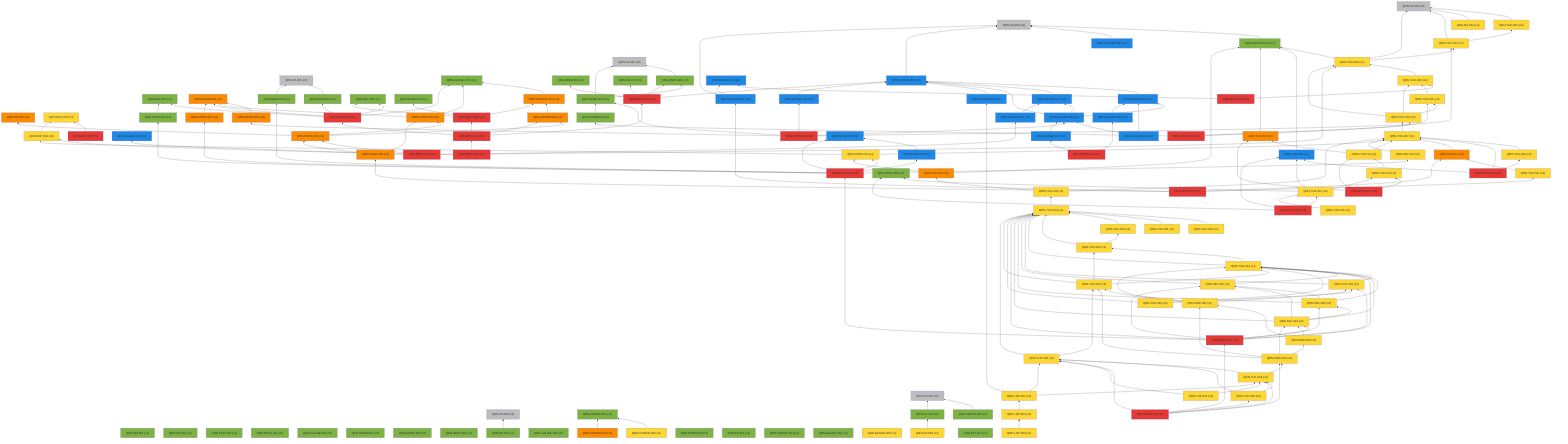
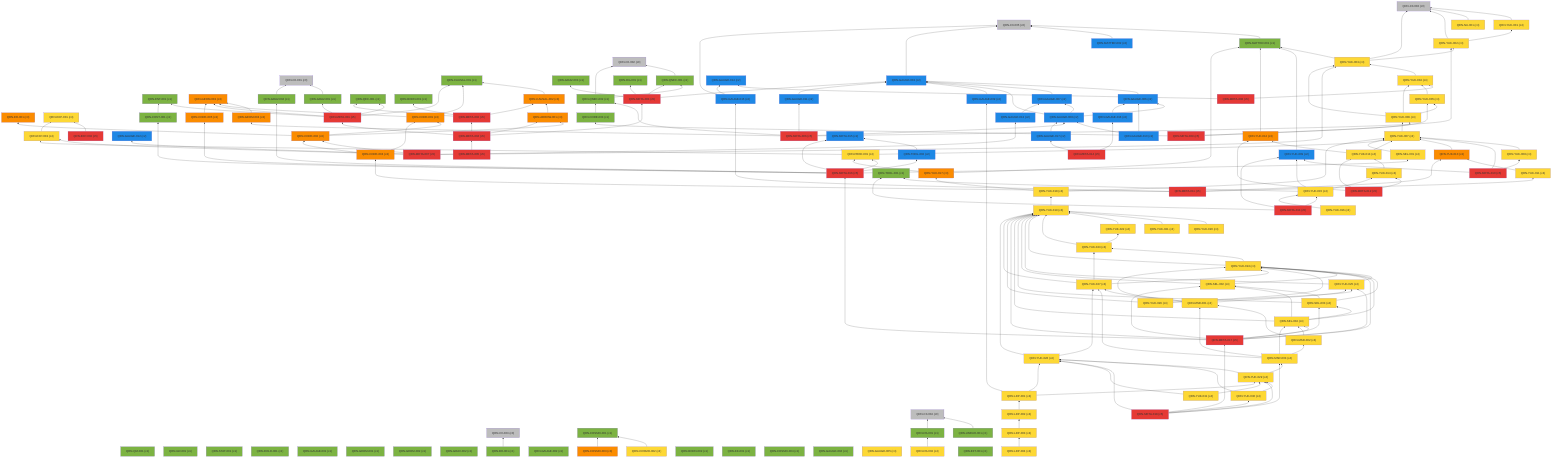
%% 自動生成 (dag/report.pl) — QRN 主張依存グラフ
graph BT
  QRN_C0_001["QRN-C0-001 (c0)"]:::c0
  QRN_C0_002["QRN-C0-002 (c0)"]:::c0
  QRN_C0_003["QRN-C0-003 (c0)"]:::c0
  QRN_C0_004["QRN-C0-004 (c0)"]:::c0
  QRN_C0_005["QRN-C0-005 (c0)"]:::c0
  QRN_C0_006["QRN-C0-006 (c0)"]:::c0
  QRN_QM_001["QRN-QM-001 (c1)"]:::c1
  QRN_GR_001["QRN-GR-001 (c1)"]:::c1
  QRN_STAT_001["QRN-STAT-001 (c1)"]:::c1
  QRN_FIELD_001["QRN-FIELD-001 (c1)"]:::c1
  QRN_GAUGE_001["QRN-GAUGE-001 (c1)"]:::c1
  QRN_ENT_001["QRN-ENT-001 (c1)"]:::c1
  QRN_GEOM_001["QRN-GEOM-001 (c1)"]:::c1
  QRN_GEOM_002["QRN-GEOM-002 (c1)"]:::c1
  QRN_GEOM_003["QRN-GEOM-003 (c3)"]:::c3
  QRN_GRAV_001["QRN-GRAV-001 (c1)"]:::c1
  QRN_GRAV_002["QRN-GRAV-002 (c1)"]:::c1
  QRN_BH_001["QRN-BH-001 (c1)"]:::c1
  QRN_CAUSAL_001["QRN-CAUSAL-001 (c1)"]:::c1
  QRN_CAUSAL_002["QRN-CAUSAL-002 (c3)"]:::c3
  QRN_ER_001["QRN-ER-001 (c3)"]:::c3
  QRN_QEC_001["QRN-QEC-001 (c1)"]:::c1
  QRN_GAUGE_002["QRN-GAUGE-002 (c1)"]:::c1
  QRN_COSMO_001["QRN-COSMO-001 (c1)"]:::c1
  QRN_COSMO_002["QRN-COSMO-002 (c4)"]:::c4
  QRN_COSMO_003["QRN-COSMO-003 (c3)"]:::c3
  QRN_BORN_001["QRN-BORN-001 (c1)"]:::c1
  QRN_BORN_002["QRN-BORN-002 (c1)"]:::c1
  QRN_GRAV_003["QRN-GRAV-003 (c1)"]:::c1
  QRN_KK_001["QRN-KK-001 (c1)"]:::c1
  QRN_MATTER_001["QRN-MATTER-001 (c1)"]:::c1
  QRN_MATTER_002["QRN-MATTER-002 (c2)"]:::c2
  QRN_COSMO_004["QRN-COSMO-004 (c1)"]:::c1
  QRN_EXP_001["QRN-EXP-001 (c4)"]:::c4
  QRN_GAUGE_003["QRN-GAUGE-003 (c2)"]:::c2
  QRN_GAUGE_004["QRN-GAUGE-004 (c1)"]:::c1
  QRN_GAUGE_005["QRN-GAUGE-005 (c4)"]:::c4
  QRN_YUK_001["QRN-YUK-001 (c4)"]:::c4
  QRN_RG_001["QRN-RG-001 (c1)"]:::c1
  QRN_UNRUH_001["QRN-UNRUH-001 (c1)"]:::c1
  QRN_QNEC_001["QRN-QNEC-001 (c1)"]:::c1
  QRN_NU_001["QRN-NU-001 (c4)"]:::c4
  QRN_GAUGE_006["QRN-GAUGE-006 (c2)"]:::c2
  QRN_DS_001["QRN-DS-001 (c1)"]:::c1
  QRN_DS_002["QRN-DS-002 (c4)"]:::c4
  QRN_ARROW_001["QRN-ARROW-001 (c3)"]:::c3
  QRN_GAUGE_007["QRN-GAUGE-007 (c2)"]:::c2
  QRN_EFT_001["QRN-EFT-001 (c1)"]:::c1
  QRN_GAUGE_008["QRN-GAUGE-008 (c2)"]:::c2
  QRN_GAUGE_009["QRN-GAUGE-009 (c2)"]:::c2
  QRN_GAUGE_010["QRN-GAUGE-010 (c2)"]:::c2
  QRN_QNEC_002["QRN-QNEC-002 (c1)"]:::c1
  QRN_GEOM_004["QRN-GEOM-004 (c3)"]:::c3
  QRN_YUK_002["QRN-YUK-002 (c4)"]:::c4
  QRN_EXP_002["QRN-EXP-002 (c5)"]:::c5
  QRN_CORE_001["QRN-CORE-001 (c3)"]:::c3
  QRN_GAUGE_011["QRN-GAUGE-011 (c2)"]:::c2
  QRN_GAUGE_012["QRN-GAUGE-012 (c2)"]:::c2
  QRN_YUK_003["QRN-YUK-003 (c4)"]:::c4
  QRN_EXP_003["QRN-EXP-003 (c4)"]:::c4
  QRN_CORE_002["QRN-CORE-002 (c3)"]:::c3
  QRN_GAUGE_013["QRN-GAUGE-013 (c2)"]:::c2
  QRN_YUK_004["QRN-YUK-004 (c4)"]:::c4
  QRN_GAUGE_014["QRN-GAUGE-014 (c2)"]:::c2
  QRN_META_001["QRN-META-001 (c5)"]:::c5
  QRN_META_002["QRN-META-002 (c5)"]:::c5
  QRN_META_003["QRN-META-003 (c5)"]:::c5
  QRN_META_004["QRN-META-004 (c5)"]:::c5
  QRN_META_005["QRN-META-005 (c5)"]:::c5
  QRN_META_006["QRN-META-006 (c5)"]:::c5
  QRN_META_007["QRN-META-007 (c5)"]:::c5
  QRN_META_008["QRN-META-008 (c5)"]:::c5
  QRN_YUK_005["QRN-YUK-005 (c4)"]:::c4
  QRN_YUK_006["QRN-YUK-006 (c4)"]:::c4
  QRN_CORE_003["QRN-CORE-003 (c1)"]:::c1
  QRN_META_009["QRN-META-009 (c5)"]:::c5
  QRN_YUK_007["QRN-YUK-007 (c4)"]:::c4
  QRN_YUK_008["QRN-YUK-008 (c4)"]:::c4
  QRN_YUK_009["QRN-YUK-009 (c2)"]:::c2
  QRN_META_010["QRN-META-010 (c5)"]:::c5
  QRN_GAUGE_015["QRN-GAUGE-015 (c2)"]:::c2
  QRN_YUK_010["QRN-YUK-010 (c3)"]:::c3
  QRN_YUK_011["QRN-YUK-011 (c4)"]:::c4
  QRN_CORE_004["QRN-CORE-004 (c3)"]:::c3
  QRN_META_011["QRN-META-011 (c5)"]:::c5
  QRN_YUK_012["QRN-YUK-012 (c3)"]:::c3
  QRN_YUK_013["QRN-YUK-013 (c4)"]:::c4
  QRN_YUK_014["QRN-YUK-014 (c4)"]:::c4
  QRN_META_012["QRN-META-012 (c5)"]:::c5
  QRN_TOOL_001["QRN-TOOL-001 (c1)"]:::c1
  QRN_YUK_015["QRN-YUK-015 (c4)"]:::c4
  QRN_META_013["QRN-META-013 (c5)"]:::c5
  QRN_GAUGE_016["QRN-GAUGE-016 (c2)"]:::c2
  QRN_GAUGE_017["QRN-GAUGE-017 (c2)"]:::c2
  QRN_META_014["QRN-META-014 (c5)"]:::c5
  QRN_META_015["QRN-META-015 (c2)"]:::c2
  QRN_TOOL_002["QRN-TOOL-002 (c2)"]:::c2
  QRN_CORE_005["QRN-CORE-005 (c3)"]:::c3
  QRN_CONT_001["QRN-CONT-001 (c1)"]:::c1
  QRN_SEL_001["QRN-SEL-001 (c4)"]:::c4
  QRN_GRAV_004["QRN-GRAV-004 (c1)"]:::c1
  QRN_PRED_001["QRN-PRED-001 (c4)"]:::c4
  QRN_META_016["QRN-META-016 (c5)"]:::c5
  QRN_YUK_016["QRN-YUK-016 (c4)"]:::c4
  QRN_YUK_017["QRN-YUK-017 (c3)"]:::c3
  QRN_YUK_018["QRN-YUK-018 (c4)"]:::c4
  QRN_YUK_019["QRN-YUK-019 (c4)"]:::c4
  QRN_YUK_020["QRN-YUK-020 (c4)"]:::c4
  QRN_YUK_021["QRN-YUK-021 (c4)"]:::c4
  QRN_YUK_022["QRN-YUK-022 (c4)"]:::c4
  QRN_YUK_023["QRN-YUK-023 (c4)"]:::c4
  QRN_YUK_024["QRN-YUK-024 (c4)"]:::c4
  QRN_YUK_025["QRN-YUK-025 (c4)"]:::c4
  QRN_SEL_002["QRN-SEL-002 (c4)"]:::c4
  QRN_SEL_003["QRN-SEL-003 (c4)"]:::c4
  QRN_SEL_004["QRN-SEL-004 (c4)"]:::c4
  QRN_META_017["QRN-META-017 (c5)"]:::c5
  QRN_YUK_026["QRN-YUK-026 (c4)"]:::c4
  QRN_YUK_027["QRN-YUK-027 (c4)"]:::c4
  QRN_MSR_001["QRN-MSR-001 (c4)"]:::c4
  QRN_MSR_002["QRN-MSR-002 (c4)"]:::c4
  QRN_MSR_003["QRN-MSR-003 (c4)"]:::c4
  QRN_YUK_028["QRN-YUK-028 (c4)"]:::c4
  QRN_YUK_029["QRN-YUK-029 (c4)"]:::c4
  QRN_YUK_030["QRN-YUK-030 (c4)"]:::c4
  QRN_META_018["QRN-META-018 (c5)"]:::c5
  QRN_YUK_031["QRN-YUK-031 (c4)"]:::c4
  QRN_LEP_001["QRN-LEP-001 (c4)"]:::c4
  QRN_LEP_002["QRN-LEP-002 (c4)"]:::c4
  QRN_LEP_003["QRN-LEP-003 (c4)"]:::c4
+   QRN_LEP_004["QRN-LEP-004 (c4)"]:::c4
  QRN_GRAV_001 --> QRN_C0_001
  QRN_BH_001 --> QRN_C0_003
  QRN_CAUSAL_002 --> QRN_CAUSAL_001
  QRN_COSMO_002 --> QRN_COSMO_001
  QRN_COSMO_003 --> QRN_COSMO_001
  QRN_MATTER_001 --> QRN_C0_005
  QRN_MATTER_002 --> QRN_C0_005
  QRN_GAUGE_003 --> QRN_C0_005
  QRN_YUK_001 --> QRN_C0_006
  QRN_UNRUH_001 --> QRN_C0_004
  QRN_QNEC_001 --> QRN_C0_002
  QRN_NU_001 --> QRN_C0_006
  QRN_GAUGE_006 --> QRN_GAUGE_003
  QRN_DS_001 --> QRN_C0_004
  QRN_DS_002 --> QRN_DS_001
  QRN_ARROW_001 --> QRN_CAUSAL_002
  QRN_GAUGE_007 --> QRN_GAUGE_003
  QRN_GAUGE_008 --> QRN_GAUGE_003
  QRN_GAUGE_008 --> QRN_GAUGE_006
  QRN_GAUGE_008 --> QRN_GAUGE_007
  QRN_GAUGE_009 --> QRN_GAUGE_003
  QRN_GAUGE_010 --> QRN_GAUGE_006
  QRN_GAUGE_010 --> QRN_GAUGE_008
  QRN_QNEC_002 --> QRN_C0_002
  QRN_QNEC_002 --> QRN_QNEC_001
  QRN_GEOM_004 --> QRN_GEOM_003
  QRN_YUK_002 --> QRN_C0_006
  QRN_YUK_002 --> QRN_YUK_001
  QRN_EXP_002 --> QRN_EXP_001
  QRN_CORE_001 --> QRN_GEOM_003
  QRN_CORE_001 --> QRN_CAUSAL_001
  QRN_GAUGE_011 --> QRN_GAUGE_003
  QRN_YUK_003 --> QRN_C0_006
  QRN_YUK_003 --> QRN_MATTER_001
  QRN_YUK_003 --> QRN_YUK_002
  QRN_EXP_003 --> QRN_EXP_001
  QRN_CORE_002 --> QRN_CORE_001
  QRN_CORE_002 --> QRN_ER_001
  QRN_CORE_002 --> QRN_ARROW_001
  QRN_GAUGE_013 --> QRN_GAUGE_007
  QRN_YUK_004 --> QRN_YUK_003
  QRN_META_001 --> QRN_GEOM_003
  QRN_META_001 --> QRN_GRAV_001
  QRN_META_001 --> QRN_CAUSAL_001
  QRN_META_001 --> QRN_QEC_001
  QRN_META_001 --> QRN_ENT_001
  QRN_META_002 --> QRN_QEC_001
  QRN_META_002 --> QRN_BORN_001
  QRN_META_002 --> QRN_CAUSAL_002
  QRN_META_003 --> QRN_GAUGE_003
  QRN_META_003 --> QRN_RG_001
  QRN_META_003 --> QRN_QNEC_001
  QRN_META_003 --> QRN_GRAV_003
  QRN_META_004 --> QRN_META_001
  QRN_META_004 --> QRN_META_002
  QRN_META_004 --> QRN_META_003
  QRN_META_004 --> QRN_ARROW_001
  QRN_META_005 --> QRN_META_004
  QRN_META_006 --> QRN_GAUGE_008
  QRN_META_006 --> QRN_QNEC_002
  QRN_META_006 --> QRN_GEOM_004
  QRN_META_006 --> QRN_YUK_002
  QRN_META_006 --> QRN_GAUGE_011
  QRN_META_007 --> QRN_GAUGE_012
  QRN_META_007 --> QRN_YUK_003
  QRN_META_007 --> QRN_EXP_003
  QRN_META_007 --> QRN_CORE_002
  QRN_META_007 --> QRN_GAUGE_013
  QRN_META_008 --> QRN_YUK_004
  QRN_META_008 --> QRN_GAUGE_014
  QRN_YUK_005 --> QRN_YUK_004
  QRN_YUK_006 --> QRN_YUK_003
  QRN_YUK_006 --> QRN_YUK_004
  QRN_YUK_006 --> QRN_YUK_005
  QRN_CORE_003 --> QRN_QNEC_002
  QRN_META_009 --> QRN_YUK_005
  QRN_META_009 --> QRN_YUK_006
  QRN_META_009 --> QRN_CORE_003
  QRN_YUK_007 --> QRN_YUK_006
  QRN_YUK_008 --> QRN_YUK_007
  QRN_YUK_009 --> QRN_MATTER_001
  QRN_META_010 --> QRN_YUK_007
  QRN_META_010 --> QRN_YUK_008
  QRN_META_010 --> QRN_YUK_009
  QRN_GAUGE_015 --> QRN_C0_005
  QRN_GAUGE_015 --> QRN_GAUGE_014
  QRN_YUK_010 --> QRN_YUK_007
  QRN_YUK_011 --> QRN_YUK_010
  QRN_CORE_004 --> QRN_CORE_001
  QRN_CORE_004 --> QRN_CORE_002
  QRN_META_011 --> QRN_GAUGE_015
  QRN_META_011 --> QRN_YUK_010
  QRN_META_011 --> QRN_YUK_011
  QRN_META_011 --> QRN_CORE_004
  QRN_YUK_012 --> QRN_MATTER_001
  QRN_YUK_013 --> QRN_YUK_012
  QRN_YUK_013 --> QRN_YUK_007
  QRN_YUK_014 --> QRN_YUK_013
  QRN_META_012 --> QRN_YUK_012
  QRN_META_012 --> QRN_YUK_013
  QRN_META_012 --> QRN_YUK_014
  QRN_YUK_015 --> QRN_YUK_014
  QRN_YUK_015 --> QRN_TOOL_001
  QRN_YUK_015 --> QRN_YUK_009
  QRN_META_013 --> QRN_YUK_015
  QRN_META_013 --> QRN_TOOL_001
  QRN_META_013 --> QRN_YUK_009
  QRN_GAUGE_016 --> QRN_GAUGE_006
  QRN_GAUGE_017 --> QRN_GAUGE_008
  QRN_META_014 --> QRN_GAUGE_016
  QRN_META_014 --> QRN_GAUGE_017
  QRN_TOOL_002 --> QRN_META_015
  QRN_CORE_005 --> QRN_GEOM_003
  QRN_CONT_001 --> QRN_ENT_001
  QRN_SEL_001 --> QRN_YUK_007
  QRN_GRAV_004 --> QRN_C0_001
  QRN_PRED_001 --> QRN_YUK_007
  QRN_PRED_001 --> QRN_EXP_003
  QRN_META_016 --> QRN_META_015
  QRN_META_016 --> QRN_TOOL_002
  QRN_META_016 --> QRN_CORE_005
  QRN_META_016 --> QRN_CONT_001
  QRN_META_016 --> QRN_SEL_001
  QRN_META_016 --> QRN_GRAV_004
  QRN_META_016 --> QRN_PRED_001
  QRN_YUK_016 --> QRN_YUK_015
  QRN_YUK_017 --> QRN_MATTER_001
  QRN_YUK_017 --> QRN_PRED_001
  QRN_YUK_018 --> QRN_YUK_017
  QRN_YUK_018 --> QRN_YUK_007
  QRN_YUK_019 --> QRN_YUK_018
  QRN_YUK_020 --> QRN_YUK_019
  QRN_YUK_021 --> QRN_YUK_019
  QRN_YUK_022 --> QRN_YUK_019
  QRN_YUK_023 --> QRN_YUK_019
  QRN_YUK_023 --> QRN_YUK_022
  QRN_YUK_024 --> QRN_YUK_019
  QRN_YUK_024 --> QRN_YUK_023
  QRN_YUK_025 --> QRN_YUK_019
  QRN_YUK_025 --> QRN_YUK_024
  QRN_SEL_002 --> QRN_YUK_019
  QRN_SEL_002 --> QRN_YUK_024
  QRN_SEL_003 --> QRN_YUK_019
  QRN_SEL_003 --> QRN_YUK_024
  QRN_SEL_003 --> QRN_SEL_002
  QRN_SEL_004 --> QRN_YUK_019
  QRN_SEL_004 --> QRN_YUK_024
  QRN_SEL_004 --> QRN_SEL_002
  QRN_SEL_004 --> QRN_SEL_003
  QRN_META_017 --> QRN_META_016
  QRN_META_017 --> QRN_YUK_019
  QRN_META_017 --> QRN_YUK_024
  QRN_META_017 --> QRN_YUK_025
  QRN_META_017 --> QRN_SEL_002
  QRN_META_017 --> QRN_SEL_003
  QRN_META_017 --> QRN_SEL_004
  QRN_YUK_026 --> QRN_YUK_019
  QRN_YUK_026 --> QRN_YUK_024
  QRN_YUK_026 --> QRN_YUK_025
  QRN_YUK_027 --> QRN_YUK_019
  QRN_YUK_027 --> QRN_YUK_023
  QRN_YUK_027 --> QRN_YUK_024
  QRN_MSR_001 --> QRN_YUK_024
  QRN_MSR_001 --> QRN_YUK_025
  QRN_MSR_001 --> QRN_YUK_027
  QRN_MSR_002 --> QRN_SEL_004
  QRN_MSR_002 --> QRN_MSR_001
  QRN_MSR_003 --> QRN_MSR_001
  QRN_MSR_003 --> QRN_MSR_002
  QRN_MSR_003 --> QRN_SEL_004
  QRN_MSR_003 --> QRN_YUK_027
  QRN_YUK_028 --> QRN_YUK_019
  QRN_YUK_028 --> QRN_YUK_027
  QRN_YUK_029 --> QRN_YUK_028
  QRN_YUK_029 --> QRN_MSR_003
  QRN_YUK_030 --> QRN_YUK_028
  QRN_YUK_030 --> QRN_YUK_029
  QRN_META_018 --> QRN_META_017
  QRN_META_018 --> QRN_MSR_003
  QRN_META_018 --> QRN_YUK_028
  QRN_META_018 --> QRN_YUK_029
  QRN_META_018 --> QRN_YUK_030
  QRN_YUK_031 --> QRN_YUK_028
  QRN_YUK_031 --> QRN_YUK_029
  QRN_LEP_001 --> QRN_YUK_028
  QRN_LEP_001 --> QRN_YUK_029
  QRN_LEP_001 --> QRN_GAUGE_009
  QRN_LEP_002 --> QRN_LEP_001
  QRN_LEP_003 --> QRN_LEP_002
+   QRN_LEP_004 --> QRN_LEP_003
  classDef c0 fill:#bdbdbd
  classDef c1 fill:#7cb342
  classDef c2 fill:#1e88e5
  classDef c3 fill:#fb8c00
  classDef c4 fill:#fdd835
  classDef c5 fill:#e53935
